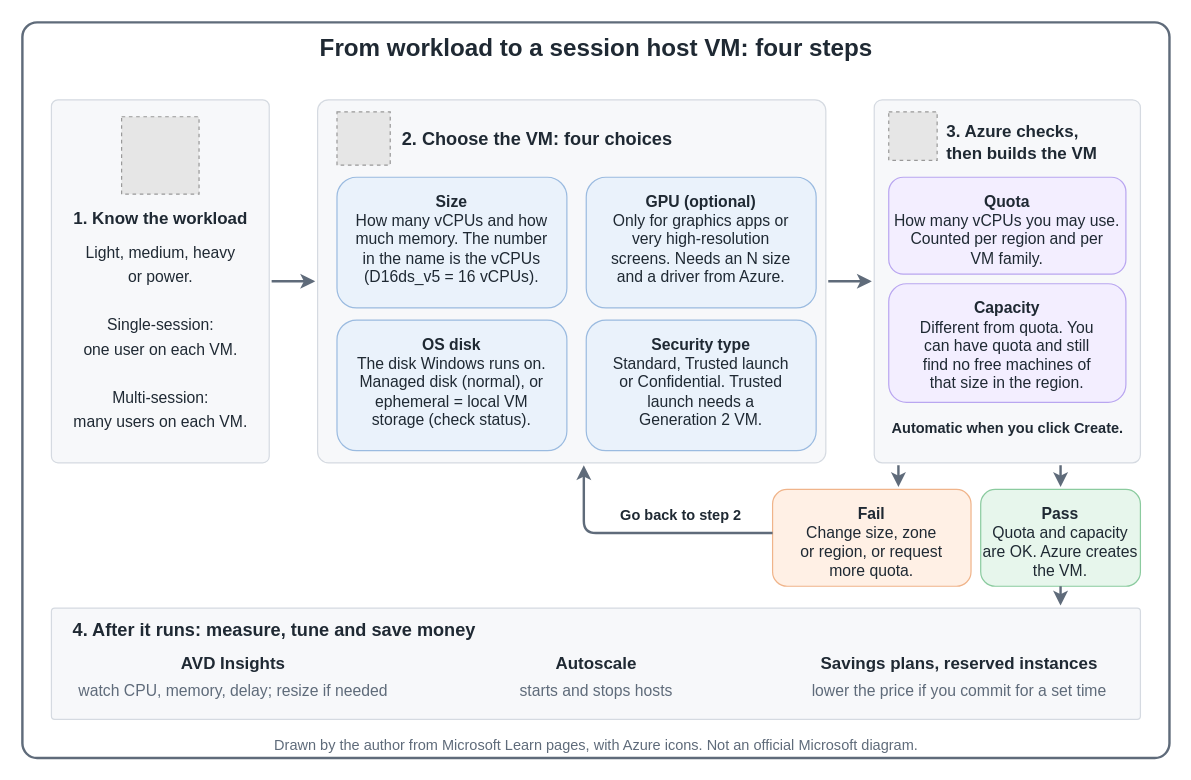
Earlier version of the draw.io diagram src/img/avd/AVD-Session-Host-VM-Size.drawio (AddySidd27/cloud-ai-notes). Source tidied: cells renumbered, new cells numbered last; positions are measured from the earlier drawing's top-left corner, leaving out a move shared by most shapes. Both pictures are drawn from the tidied source at 121%, with x=0, y=0 at pixel (22, 22). Pictures stored in the file or linked from it are replaced by grey dashed boxes.
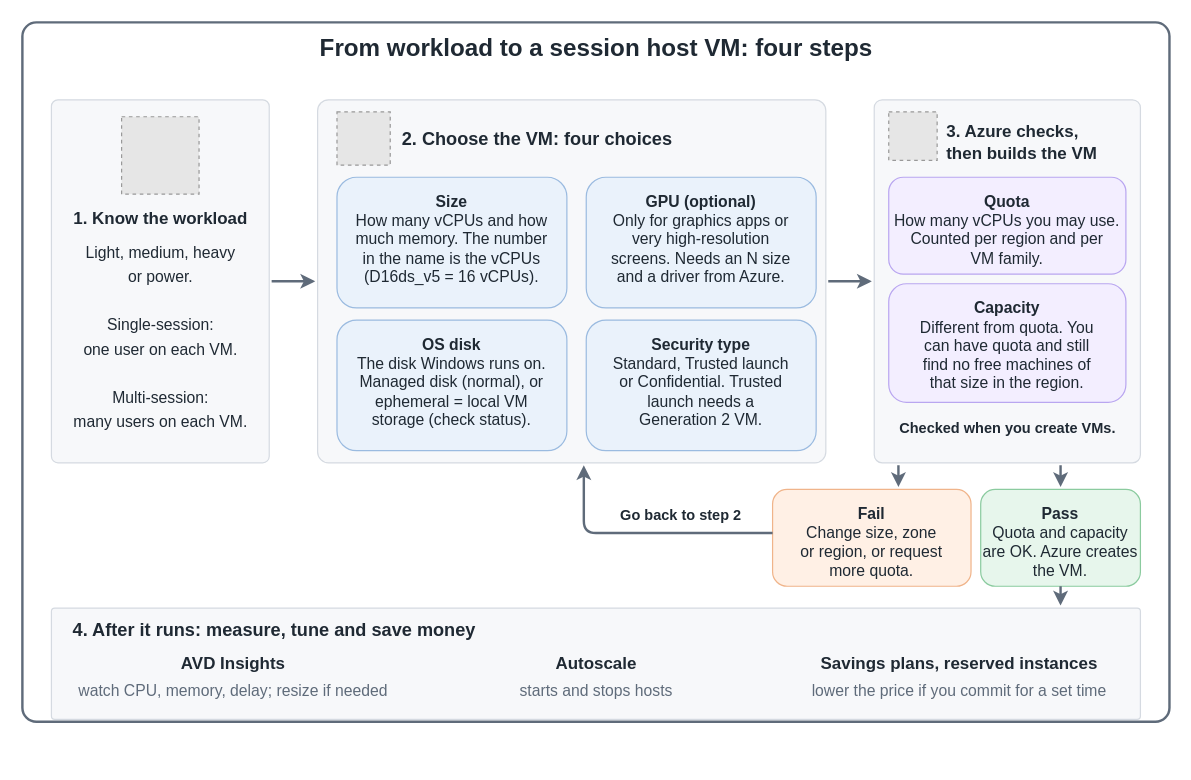
Above is the later version.

Change to the diagram source:
```diff
@@
     <mxCell id="2" style="rounded=1;arcSize=2;html=1;fillColor=#ffffff;strokeColor=#5f6b7a;strokeWidth=2;" parent="1" vertex="1">
-      <mxGeometry width="948" height="608" as="geometry" />
+      <mxGeometry width="948" height="578" as="geometry" />
     </mxCell>
@@
-    <mxCell id="28" value="&lt;b&gt;Automatic when you click Create.&lt;/b&gt;" style="text;html=1;align=center;verticalAlign=middle;fontSize=12;fontColor=#1f2933;" parent="1" vertex="1">
+    <mxCell id="28" value="&lt;b&gt;Checked when you create VMs.&lt;/b&gt;" style="text;html=1;align=center;verticalAlign=middle;fontSize=12;fontColor=#1f2933;" parent="1" vertex="1">
       <mxGeometry x="716" y="324" width="196" height="24" as="geometry" />
     </mxCell>
@@
-    <mxCell id="44" value="Drawn by the author from Microsoft Learn pages, with Azure icons. Not an official Microsoft diagram." style="text;html=1;align=center;verticalAlign=middle;fontSize=12;fontColor=#5f6b7a;" parent="1" vertex="1">
-      <mxGeometry x="174" y="586" width="600" height="24" as="geometry" />
-    </mxCell>
```
